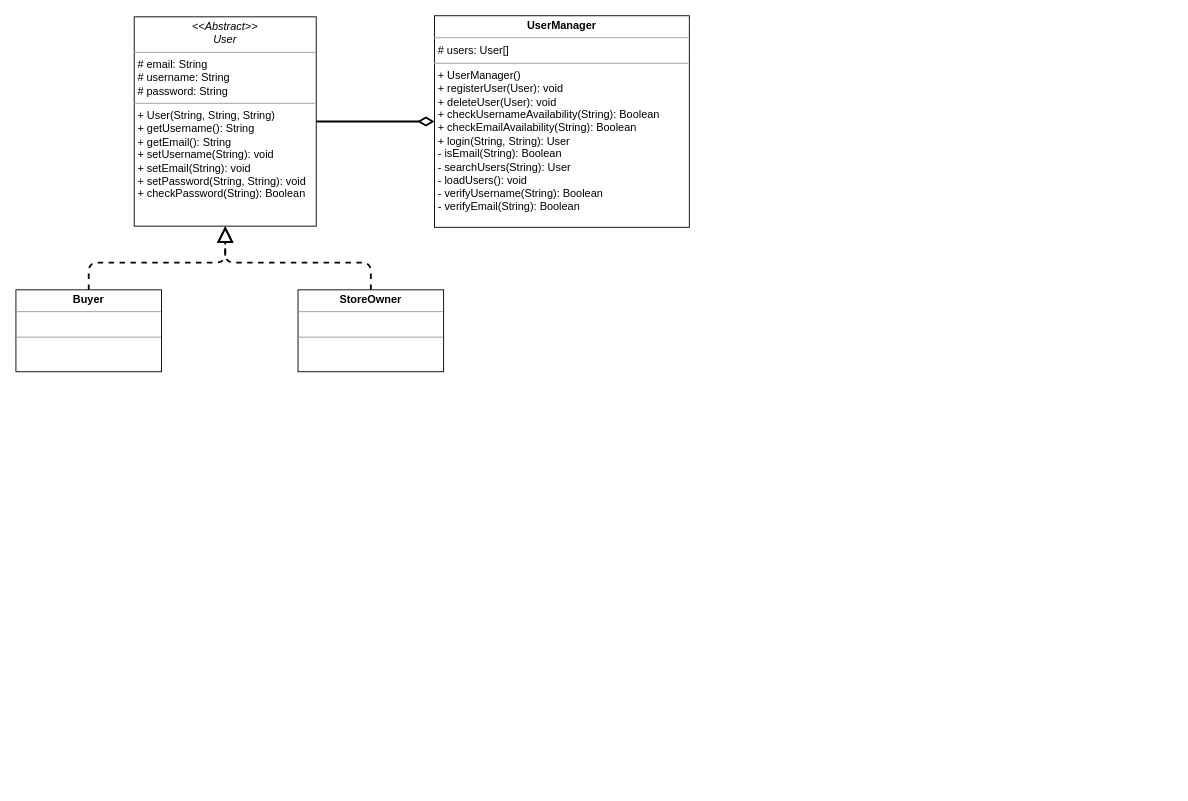
The draw.io diagram class_diagram.drawio in MMAesawy/SE2-Project, before the edit. Source tidied: cells renumbered, new cells numbered last; positions are measured from the earlier drawing's top-left corner, leaving out a move shared by most shapes. Both pictures are drawn from the tidied source at 91%, with x=0, y=0 at pixel (15, 15).
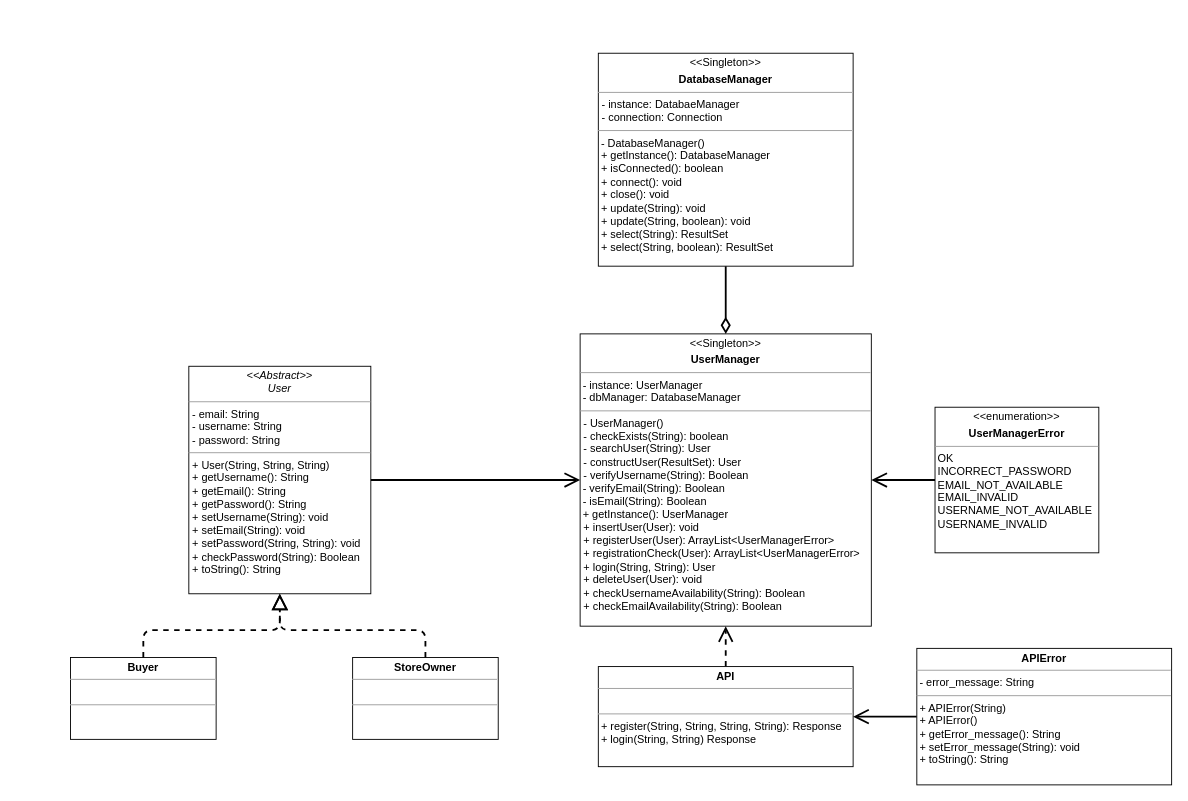
Above is the later version.

Commit message:
Updated UML class diagram

What changed in the source:
```diff
@@
-    <mxCell id="2" value="&lt;p style=&quot;margin: 0px ; margin-top: 4px ; text-align: center&quot;&gt;&lt;i&gt;&amp;lt;&amp;lt;Abstract&amp;gt;&amp;gt;&lt;/i&gt;&lt;br&gt;&lt;i&gt;User&lt;/i&gt;&lt;/p&gt;&lt;hr size=&quot;1&quot;&gt;&lt;p style=&quot;margin: 0px ; margin-left: 4px&quot;&gt;# email: String&lt;br&gt;# username: String&lt;/p&gt;&lt;p style=&quot;margin: 0px ; margin-left: 4px&quot;&gt;# password: String&lt;br&gt;&lt;/p&gt;&lt;hr size=&quot;1&quot;&gt;&lt;p style=&quot;margin: 0px ; margin-left: 4px&quot;&gt;+ User(String, String, String)&lt;br&gt;&lt;/p&gt;&lt;p style=&quot;margin: 0px ; margin-left: 4px&quot;&gt;+ getUsername(): String&lt;br&gt;+ getEmail(): String&lt;/p&gt;&lt;p style=&quot;margin: 0px ; margin-left: 4px&quot;&gt;+ setUsername(String): void&lt;/p&gt;&lt;p style=&quot;margin: 0px ; margin-left: 4px&quot;&gt;+ setEmail(String): void&lt;br&gt;&lt;/p&gt;&lt;p style=&quot;margin: 0px ; margin-left: 4px&quot;&gt;+ setPassword(String, String): void&lt;/p&gt;&lt;p style=&quot;margin: 0px ; margin-left: 4px&quot;&gt;+ checkPassword(String): Boolean&lt;br&gt;&lt;/p&gt;" style="verticalAlign=top;align=left;overflow=fill;fontSize=12;fontFamily=Helvetica;html=1;" parent="1" vertex="1">
-      <mxGeometry x="130" y="1" width="200" height="230" as="geometry" />
+    <mxCell id="2" value="&lt;p style=&quot;margin: 0px ; margin-top: 4px ; text-align: center&quot;&gt;&lt;i&gt;&amp;lt;&amp;lt;Abstract&amp;gt;&amp;gt;&lt;/i&gt;&lt;br&gt;&lt;i&gt;User&lt;/i&gt;&lt;/p&gt;&lt;hr size=&quot;1&quot;&gt;&lt;p style=&quot;margin: 0px ; margin-left: 4px&quot;&gt;- email: String&lt;br&gt;- username: String&lt;/p&gt;&lt;p style=&quot;margin: 0px ; margin-left: 4px&quot;&gt;- password: String&lt;br&gt;&lt;/p&gt;&lt;hr size=&quot;1&quot;&gt;&lt;p style=&quot;margin: 0px ; margin-left: 4px&quot;&gt;+ User(String, String, String)&lt;br&gt;&lt;/p&gt;&lt;p style=&quot;margin: 0px ; margin-left: 4px&quot;&gt;+ getUsername(): String&lt;br&gt;+ getEmail(): String&lt;/p&gt;&lt;p style=&quot;margin: 0px ; margin-left: 4px&quot;&gt;+ getPassword(): String&lt;br&gt;&lt;/p&gt;&lt;p style=&quot;margin: 0px ; margin-left: 4px&quot;&gt;+ setUsername(String): void&lt;/p&gt;&lt;p style=&quot;margin: 0px ; margin-left: 4px&quot;&gt;+ setEmail(String): void&lt;br&gt;&lt;/p&gt;&lt;p style=&quot;margin: 0px ; margin-left: 4px&quot;&gt;+ setPassword(String, String): void&lt;/p&gt;&lt;p style=&quot;margin: 0px ; margin-left: 4px&quot;&gt;+ checkPassword(String): Boolean&lt;/p&gt;&lt;p style=&quot;margin: 0px ; margin-left: 4px&quot;&gt;+ toString(): String&lt;br&gt;&lt;/p&gt;" style="verticalAlign=top;align=left;overflow=fill;fontSize=12;fontFamily=Helvetica;html=1;" parent="1" vertex="1">
+      <mxGeometry x="190" y="385" width="200" height="250" as="geometry" />
     </mxCell>
     <mxCell id="3" value="&lt;p style=&quot;margin: 0px ; margin-top: 4px ; text-align: center&quot;&gt;&lt;b&gt;Buyer&lt;/b&gt;&lt;/p&gt;&lt;hr size=&quot;1&quot;&gt;&lt;p style=&quot;margin: 0px ; margin-left: 4px&quot;&gt;&lt;br&gt;&lt;/p&gt;&lt;hr size=&quot;1&quot;&gt;&lt;p style=&quot;margin: 0px ; margin-left: 4px&quot;&gt;&lt;br&gt;&lt;/p&gt;" style="verticalAlign=top;align=left;overflow=fill;fontSize=12;fontFamily=Helvetica;html=1;" parent="1" vertex="1">
-      <mxGeometry y="301" width="160" height="90" as="geometry" />
+      <mxGeometry x="60" y="705" width="160" height="90" as="geometry" />
     </mxCell>
     <mxCell id="4" value="&lt;p style=&quot;margin: 0px ; margin-top: 4px ; text-align: center&quot;&gt;&lt;b&gt;StoreOwner&lt;/b&gt;&lt;br&gt;&lt;/p&gt;&lt;hr size=&quot;1&quot;&gt;&lt;p style=&quot;margin: 0px ; margin-left: 4px&quot;&gt;&lt;br&gt;&lt;/p&gt;&lt;hr size=&quot;1&quot;&gt;&lt;p style=&quot;margin: 0px ; margin-left: 4px&quot;&gt;&lt;br&gt;&lt;/p&gt;" style="verticalAlign=top;align=left;overflow=fill;fontSize=12;fontFamily=Helvetica;html=1;" parent="1" vertex="1">
-      <mxGeometry x="310" y="301" width="160" height="90" as="geometry" />
+      <mxGeometry x="370" y="705" width="160" height="90" as="geometry" />
     </mxCell>
     <mxCell id="5" style="endArrow=block;html=1;strokeWidth=2;exitX=0.5;exitY=0;exitDx=0;exitDy=0;entryX=0.5;entryY=1;entryDx=0;entryDy=0;endFill=0;endSize=13;dashed=1;" parent="1" edge="1" source="3" target="2">
       <mxGeometry relative="1" as="geometry">
         <Array as="points">
-          <mxPoint x="80" y="271" />
-          <mxPoint x="230" y="271" />
+          <mxPoint x="140" y="675" />
+          <mxPoint x="290" y="675" />
         </Array>
       </mxGeometry>
     </mxCell>
     <mxCell id="6" style="endArrow=block;html=1;strokeWidth=2;exitX=0.5;exitY=0;exitDx=0;exitDy=0;endFill=0;endSize=13;dashed=1;" parent="1" edge="1" source="4">
       <mxGeometry relative="1" as="geometry">
-        <mxPoint x="230" y="231" as="targetPoint" />
+        <mxPoint x="290" y="635" as="targetPoint" />
         <Array as="points">
-          <mxPoint x="390" y="271" />
-          <mxPoint x="230" y="271" />
+          <mxPoint x="450" y="675" />
+          <mxPoint x="290" y="675" />
         </Array>
       </mxGeometry>
     </mxCell>
+    <mxCell id="9" style="rounded=0;jettySize=auto;html=1;startSize=6;endArrow=diamondThin;endFill=0;endSize=13;strokeWidth=1;strokeColor=none;" parent="1" edge="1" source="7" target="11">
+      <mxGeometry relative="1" as="geometry" />
+    </mxCell>
-    <mxCell id="7" value="&lt;p style=&quot;margin: 0px ; margin-top: 4px ; text-align: center&quot;&gt;&lt;b&gt;UserManager&lt;/b&gt;&lt;br&gt;&lt;/p&gt;&lt;hr size=&quot;1&quot;&gt;&lt;p style=&quot;margin: 0px ; margin-left: 4px&quot;&gt;# users: User[]&lt;br&gt;&lt;/p&gt;&lt;hr size=&quot;1&quot;&gt;&lt;p style=&quot;margin: 0px ; margin-left: 4px&quot;&gt;+ UserManager()&lt;/p&gt;&lt;p style=&quot;margin: 0px ; margin-left: 4px&quot;&gt;+ registerUser(User): void&lt;/p&gt;&lt;p style=&quot;margin: 0px ; margin-left: 4px&quot;&gt;+ deleteUser(User): void&lt;/p&gt;&lt;p style=&quot;margin: 0px ; margin-left: 4px&quot;&gt;+ checkUsernameAvailability(String): Boolean&lt;/p&gt;&lt;p style=&quot;margin: 0px ; margin-left: 4px&quot;&gt;+ checkEmailAvailability(String): Boolean&lt;/p&gt;&lt;p style=&quot;margin: 0px ; margin-left: 4px&quot;&gt;+ login(String, String): User&lt;/p&gt;&lt;p style=&quot;margin: 0px ; margin-left: 4px&quot;&gt;- isEmail(String): Boolean&lt;br&gt;&lt;/p&gt;&lt;p style=&quot;margin: 0px ; margin-left: 4px&quot;&gt;- searchUsers(String): User&lt;/p&gt;&lt;p style=&quot;margin: 0px ; margin-left: 4px&quot;&gt;- loadUsers(): void&lt;/p&gt;&lt;p style=&quot;margin: 0px ; margin-left: 4px&quot;&gt;- verifyUsername(String): Boolean&lt;/p&gt;&lt;p style=&quot;margin: 0px ; margin-left: 4px&quot;&gt;- verifyEmail(String): Boolean&lt;br&gt;&lt;/p&gt;" style="verticalAlign=top;align=left;overflow=fill;fontSize=12;fontFamily=Helvetica;html=1;" parent="1" vertex="1">
-      <mxGeometry x="460" y="-0.2" width="280" height="232.5" as="geometry" />
+    <mxCell id="7" value="&lt;p style=&quot;margin: 0px ; margin-top: 4px ; text-align: center&quot;&gt;&amp;lt;&amp;lt;Singleton&amp;gt;&amp;gt;&lt;b&gt;&lt;br&gt;&lt;/b&gt;&lt;/p&gt;&lt;p style=&quot;margin: 0px ; margin-top: 4px ; text-align: center&quot;&gt;&lt;b&gt;UserManager&lt;/b&gt;&lt;/p&gt;&lt;hr size=&quot;1&quot;&gt;&lt;div&gt;&amp;nbsp;- instance: UserManager&lt;/div&gt;&lt;div&gt;&amp;nbsp;- dbManager: DatabaseManager&lt;br&gt;&lt;/div&gt;&lt;hr size=&quot;1&quot;&gt;&lt;p style=&quot;margin: 0px ; margin-left: 4px&quot;&gt;- UserManager()&lt;/p&gt;&lt;p style=&quot;margin: 0px ; margin-left: 4px&quot;&gt;- checkExists(String): boolean&lt;/p&gt;&lt;p style=&quot;margin: 0px ; margin-left: 4px&quot;&gt;- searchUser(String): User&lt;/p&gt;&lt;p style=&quot;margin: 0px ; margin-left: 4px&quot;&gt;- constructUser(ResultSet): User&lt;/p&gt;&lt;p style=&quot;margin: 0px ; margin-left: 4px&quot;&gt;- verifyUsername(String): Boolean&lt;/p&gt;&lt;div&gt;&amp;nbsp;- verifyEmail(String): Boolean&lt;/div&gt;&lt;div&gt;&amp;nbsp;- isEmail(String): Boolean&lt;/div&gt;&lt;div&gt;&amp;nbsp;+ getInstance(): UserManager&lt;br&gt;&lt;/div&gt;&lt;p style=&quot;margin: 0px ; margin-left: 4px&quot;&gt;+ insertUser(User): void&lt;/p&gt;&lt;p style=&quot;margin: 0px ; margin-left: 4px&quot;&gt;+ registerUser(User): ArrayList&amp;lt;UserManagerError&amp;gt;&lt;/p&gt;&lt;p style=&quot;margin: 0px ; margin-left: 4px&quot;&gt;+ registrationCheck(User): ArrayList&amp;lt;UserManagerError&amp;gt;&lt;/p&gt;&lt;p style=&quot;margin: 0px ; margin-left: 4px&quot;&gt;+ login(String, String): User&lt;/p&gt;&lt;p style=&quot;margin: 0px ; margin-left: 4px&quot;&gt;+ deleteUser(User): void&lt;br&gt;&lt;/p&gt;&lt;p style=&quot;margin: 0px ; margin-left: 4px&quot;&gt;+ checkUsernameAvailability(String): Boolean&lt;/p&gt;&lt;p style=&quot;margin: 0px ; margin-left: 4px&quot;&gt;+ checkEmailAvailability(String): Boolean&lt;/p&gt;&lt;p style=&quot;margin: 0px ; margin-left: 4px&quot;&gt;&lt;br&gt;&lt;/p&gt;" style="verticalAlign=top;align=left;overflow=fill;fontSize=12;fontFamily=Helvetica;html=1;" parent="1" vertex="1">
+      <mxGeometry x="620" y="349.4" width="320" height="321.2" as="geometry" />
     </mxCell>
-    <mxCell id="8" style="endArrow=diamondThin;html=1;strokeWidth=2;fontSize=12;exitX=1;exitY=0.5;exitDx=0;exitDy=0;entryX=0;entryY=0.5;entryDx=0;entryDy=0;endFill=0;endSize=13;" parent="1" edge="1" source="2" target="7">
+    <mxCell id="8" style="endArrow=open;html=1;strokeWidth=2;fontSize=12;exitX=1;exitY=0.5;exitDx=0;exitDy=0;entryX=0;entryY=0.5;entryDx=0;entryDy=0;endFill=0;endSize=13;" parent="1" edge="1" source="2" target="7">
       <mxGeometry relative="1" as="geometry" />
     </mxCell>
+    <mxCell id="10" style="edgeStyle=orthogonalEdgeStyle;rounded=0;jettySize=auto;html=1;endArrow=diamondThin;endFill=0;strokeWidth=2;endSize=13;startSize=6;" parent="1" edge="1" source="11" target="7">
+      <mxGeometry relative="1" as="geometry" />
+    </mxCell>
+    <mxCell id="11" value="&lt;p style=&quot;margin: 0px ; margin-top: 4px ; text-align: center&quot;&gt;&amp;lt;&amp;lt;Singleton&amp;gt;&amp;gt;&lt;b&gt;&lt;b&gt;&lt;br&gt;&lt;/b&gt;&lt;/b&gt;&lt;/p&gt;&lt;p style=&quot;margin: 0px ; margin-top: 4px ; text-align: center&quot;&gt;&lt;b&gt;DatabaseManager&lt;br&gt;&lt;/b&gt;&lt;/p&gt;&lt;hr size=&quot;1&quot;&gt;&lt;p style=&quot;margin: 0px ; margin-left: 4px&quot;&gt;- instance: DatabaeManager&lt;/p&gt;&lt;p style=&quot;margin: 0px ; margin-left: 4px&quot;&gt;- connection: Connection&lt;br&gt;&lt;/p&gt;&lt;hr size=&quot;1&quot;&gt;&lt;div&gt;&amp;nbsp;- DatabaseManager()&lt;/div&gt;&lt;div&gt;&amp;nbsp;+ getInstance(): DatabaseManager&lt;/div&gt;&lt;div&gt;&amp;nbsp;+ isConnected(): boolean&lt;/div&gt;&lt;div&gt;&amp;nbsp;+ connect(): void&lt;/div&gt;&lt;div&gt;&amp;nbsp;+ close(): void&lt;/div&gt;&lt;div&gt;&amp;nbsp;+ update(String): void&lt;/div&gt;&lt;div&gt;&amp;nbsp;+ update(String, boolean): void&lt;/div&gt;&lt;div&gt;&amp;nbsp;+ select(String): ResultSet&lt;/div&gt;&lt;div&gt;&amp;nbsp;+ select(String, boolean): ResultSet&lt;/div&gt;&lt;div&gt;&amp;nbsp;&lt;br&gt;&lt;/div&gt;" style="verticalAlign=top;align=left;overflow=fill;fontSize=12;fontFamily=Helvetica;html=1;" parent="1" vertex="1">
+      <mxGeometry x="640" y="41" width="280" height="234" as="geometry" />
+    </mxCell>
+    <mxCell id="12" style="edgeStyle=none;rounded=0;jettySize=auto;html=1;startSize=6;endArrow=open;endFill=0;endSize=13;strokeColor=#000000;strokeWidth=2;" parent="1" edge="1" source="13" target="7">
+      <mxGeometry relative="1" as="geometry" />
+    </mxCell>
+    <mxCell id="13" value="&lt;p style=&quot;margin: 0px ; margin-top: 4px ; text-align: center&quot;&gt;&amp;lt;&amp;lt;enumeration&amp;gt;&amp;gt;&lt;b&gt;&lt;br&gt;&lt;/b&gt;&lt;/p&gt;&lt;p style=&quot;margin: 0px ; margin-top: 4px ; text-align: center&quot;&gt;&lt;b&gt;UserManagerError&lt;/b&gt;&lt;/p&gt;&lt;hr size=&quot;1&quot;&gt;&lt;div&gt;&amp;nbsp;OK&lt;/div&gt;&lt;div&gt;&amp;nbsp;INCORRECT_PASSWORD&lt;/div&gt;&lt;div&gt;&amp;nbsp;EMAIL_NOT_AVAILABLE&lt;/div&gt;&lt;div&gt;&amp;nbsp;EMAIL_INVALID&lt;/div&gt;&lt;div&gt;&amp;nbsp;USERNAME_NOT_AVAILABLE&lt;/div&gt;&lt;div&gt;&amp;nbsp;USERNAME_INVALID&lt;br&gt;&lt;/div&gt;" style="verticalAlign=top;align=left;overflow=fill;fontSize=12;fontFamily=Helvetica;html=1;" parent="1" vertex="1">
+      <mxGeometry x="1010" y="430" width="180" height="160" as="geometry" />
+    </mxCell>
+    <mxCell id="14" style="edgeStyle=none;rounded=0;jettySize=auto;html=1;startSize=6;endArrow=open;endFill=0;endSize=13;strokeColor=#000000;strokeWidth=2;dashed=1;" parent="1" edge="1" source="15" target="7">
+      <mxGeometry relative="1" as="geometry" />
+    </mxCell>
+    <mxCell id="15" value="&lt;p style=&quot;margin: 0px ; margin-top: 4px ; text-align: center&quot;&gt;&lt;b&gt;API&lt;br&gt;&lt;/b&gt;&lt;/p&gt;&lt;hr size=&quot;1&quot;&gt;&lt;br&gt;&lt;hr size=&quot;1&quot;&gt;&lt;div&gt;&amp;nbsp;+ register(String, String, String, String): Response&lt;/div&gt;&lt;div&gt;&amp;nbsp;+ login(String, String) Response&lt;br&gt;&lt;/div&gt;&lt;div&gt;&amp;nbsp;&lt;br&gt;&lt;/div&gt;" style="verticalAlign=top;align=left;overflow=fill;fontSize=12;fontFamily=Helvetica;html=1;" parent="1" vertex="1">
+      <mxGeometry x="640" y="715" width="280" height="110" as="geometry" />
+    </mxCell>
+    <mxCell id="16" style="edgeStyle=none;rounded=0;jettySize=auto;html=1;startSize=6;endArrow=open;endFill=0;endSize=13;strokeColor=#000000;strokeWidth=2;" parent="1" edge="1" source="17" target="15">
+      <mxGeometry relative="1" as="geometry" />
+    </mxCell>
+    <mxCell id="17" value="&lt;p style=&quot;margin: 0px ; margin-top: 4px ; text-align: center&quot;&gt;&lt;b&gt;APIError&lt;br&gt;&lt;/b&gt;&lt;/p&gt;&lt;hr size=&quot;1&quot;&gt;&amp;nbsp;- error_message: String&lt;br&gt;&lt;hr size=&quot;1&quot;&gt;&lt;div&gt;&amp;nbsp;+ APIError(String)&lt;/div&gt;&lt;div&gt;&amp;nbsp;+ APIError()&lt;/div&gt;&lt;div&gt;&amp;nbsp;+ getError_message(): String&lt;/div&gt;&lt;div&gt;&amp;nbsp;+ setError_message(String): void&lt;/div&gt;&lt;div&gt;&amp;nbsp;+ toString(): String&lt;br&gt;&lt;/div&gt;&lt;div&gt;&amp;nbsp;&lt;br&gt;&lt;/div&gt;" style="verticalAlign=top;align=left;overflow=fill;fontSize=12;fontFamily=Helvetica;html=1;" parent="1" vertex="1">
+      <mxGeometry x="990" y="695" width="280" height="150" as="geometry" />
+    </mxCell>
```
